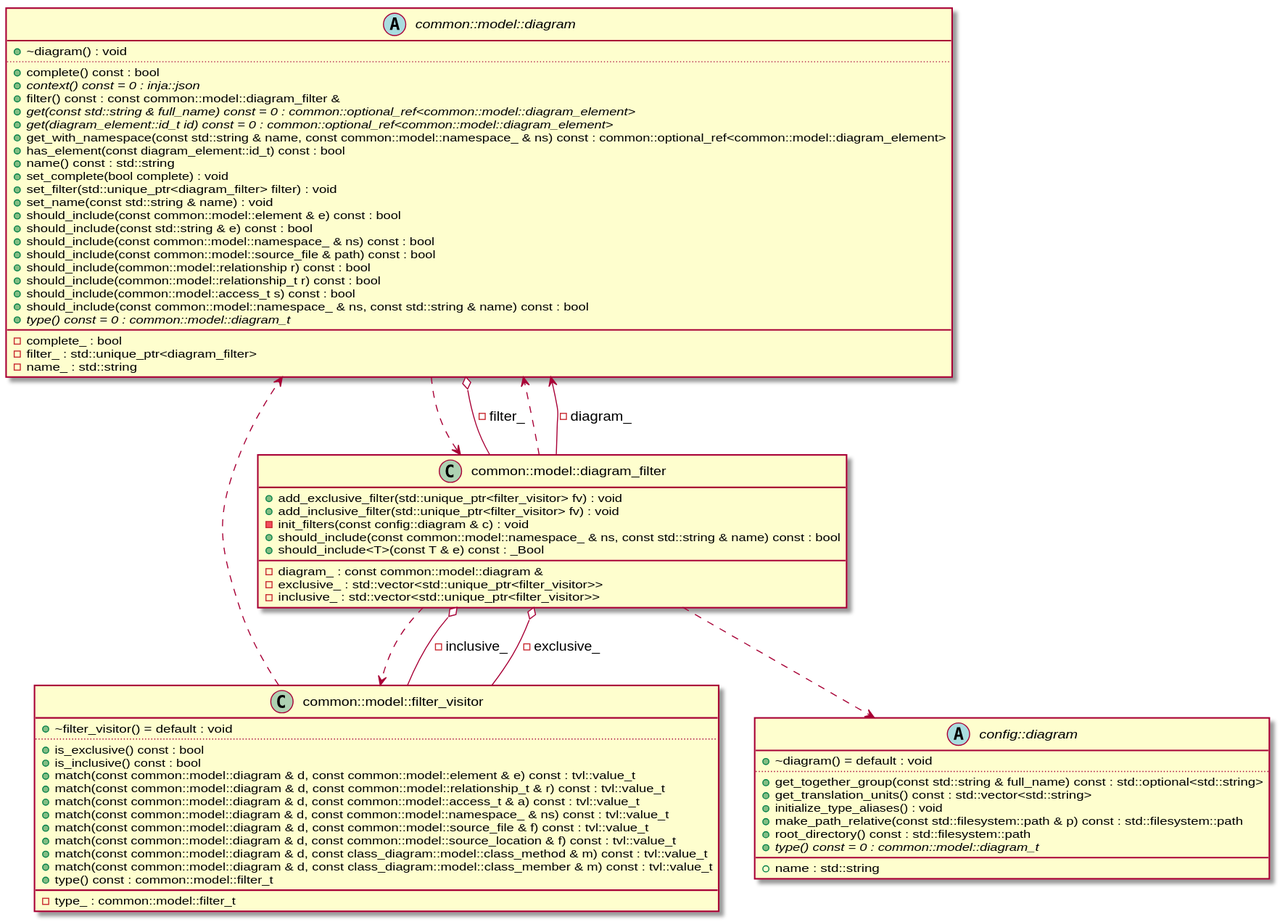
This is diagram_filter_context_class.svg from clang-uml/clang-uml.github.io, a PlantUML export, as it was before one commit. Source of this version:
```plantuml
@startuml
abstract "common::model::diagram" as C_0000197068985320835874
abstract C_0000197068985320835874 [[classclanguml_1_1common_1_1model_1_1diagram.html{Base class for all diagram models}]] {
+~diagram() : void
..
+complete() const : bool
{abstract} +context() const = 0 : inja::json
+filter() const : const common::model::diagram_filter &
{abstract} +get(const std::string & full_name) const = 0 : common::optional_ref<common::model::diagram_element>
{abstract} +get(diagram_element::id_t id) const = 0 : common::optional_ref<common::model::diagram_element>
+get_with_namespace(const std::string & name, const common::model::namespace_ & ns) const : common::optional_ref<common::model::diagram_element>
+has_element(const diagram_element::id_t) const : bool
+name() const : std::string
+set_complete(bool complete) : void
+set_filter(std::unique_ptr<diagram_filter> filter) : void
+set_name(const std::string & name) : void
+should_include(const common::model::element & e) const : bool
+should_include(const std::string & e) const : bool
+should_include(const common::model::namespace_ & ns) const : bool
+should_include(const common::model::source_file & path) const : bool
+should_include(common::model::relationship r) const : bool
+should_include(common::model::relationship_t r) const : bool
+should_include(common::model::access_t s) const : bool
+should_include(const common::model::namespace_ & ns, const std::string & name) const : bool
{abstract} +type() const = 0 : common::model::diagram_t
__
-complete_ : bool [[[{complete_}]]]
-filter_ : std::unique_ptr<diagram_filter> [[[{filter_}]]]
-name_ : std::string [[[{name_}]]]
}
class "common::model::filter_visitor" as C_0000469458052685692314
class C_0000469458052685692314 [[classclanguml_1_1common_1_1model_1_1filter__visitor.html{Base class for any diagram filter.}]] {
+~filter_visitor() = default : void
..
+is_exclusive() const : bool
+is_inclusive() const : bool
+match(const common::model::diagram & d, const common::model::element & e) const : tvl::value_t
+match(const common::model::diagram & d, const common::model::relationship_t & r) const : tvl::value_t
+match(const common::model::diagram & d, const common::model::access_t & a) const : tvl::value_t
+match(const common::model::diagram & d, const common::model::namespace_ & ns) const : tvl::value_t
+match(const common::model::diagram & d, const common::model::source_file & f) const : tvl::value_t
+match(const common::model::diagram & d, const common::model::source_location & f) const : tvl::value_t
+match(const common::model::diagram & d, const class_diagram::model::class_method & m) const : tvl::value_t
+match(const common::model::diagram & d, const class_diagram::model::class_member & m) const : tvl::value_t
+type() const : common::model::filter_t
__
-type_ : common::model::filter_t [[[{type_}]]]
}
class "common::model::diagram_filter" as C_0002054140694270036745
class C_0002054140694270036745 [[classclanguml_1_1common_1_1model_1_1diagram__filter.html{Composite of all diagrams filters.}]] {
+add_exclusive_filter(std::unique_ptr<filter_visitor> fv) : void
+add_inclusive_filter(std::unique_ptr<filter_visitor> fv) : void
-init_filters(const config::diagram & c) : void
+should_include(const common::model::namespace_ & ns, const std::string & name) const : bool
+should_include<T>(const T & e) const : _Bool
__
-diagram_ : const common::model::diagram & [[[{diagram_}]]]
-exclusive_ : std::vector<std::unique_ptr<filter_visitor>> [[[{exclusive_}]]]
-inclusive_ : std::vector<std::unique_ptr<filter_visitor>> [[[{inclusive_}]]]
}
abstract "config::diagram" as C_0000400244097365422548
abstract C_0000400244097365422548 [[structclanguml_1_1config_1_1diagram.html{Common diagram configuration type}]] {
+~diagram() = default : void
..
+get_together_group(const std::string & full_name) const : std::optional<std::string>
+get_translation_units() const : std::vector<std::string>
+initialize_type_aliases() : void
+make_path_relative(const std::filesystem::path & p) const : std::filesystem::path
+root_directory() const : std::filesystem::path
{abstract} +type() const = 0 : common::model::diagram_t
__
+name : std::string [[[{name}]]]
}
C_0000197068985320835874 ..> C_0002054140694270036745
C_0000197068985320835874 o-- C_0002054140694270036745 : -filter_
C_0000469458052685692314 ..> C_0000197068985320835874
C_0002054140694270036745 ..> C_0000197068985320835874
C_0002054140694270036745 ..> C_0000400244097365422548
C_0002054140694270036745 ..> C_0000469458052685692314
C_0002054140694270036745 o-- C_0000469458052685692314 : -inclusive_
C_0002054140694270036745 o-- C_0000469458052685692314 : -exclusive_
C_0002054140694270036745 --> C_0000197068985320835874 : -diagram_

@enduml
```
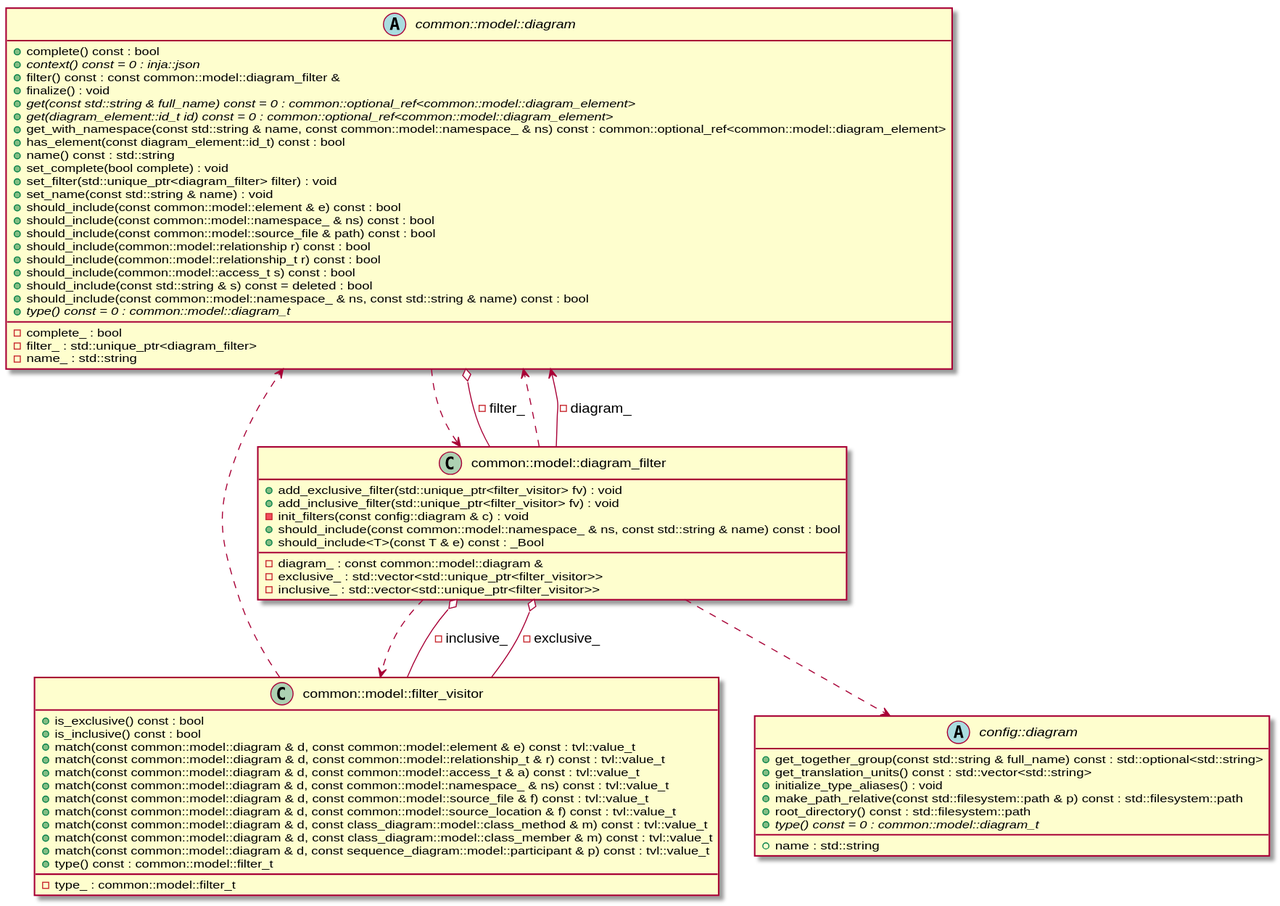
After the commit.

Diff of the diagram source:
```diff
@@ -1,28 +1,27 @@
 @startuml
 abstract "common::model::diagram" as C_0000197068985320835874
 abstract C_0000197068985320835874 [[classclanguml_1_1common_1_1model_1_1diagram.html{Base class for all diagram models}]] {
-+~diagram() : void
-..
-+complete() const : bool
-{abstract} +context() const = 0 : inja::json
-+filter() const : const common::model::diagram_filter &
-{abstract} +get(const std::string & full_name) const = 0 : common::optional_ref<common::model::diagram_element>
-{abstract} +get(diagram_element::id_t id) const = 0 : common::optional_ref<common::model::diagram_element>
-+get_with_namespace(const std::string & name, const common::model::namespace_ & ns) const : common::optional_ref<common::model::diagram_element>
-+has_element(const diagram_element::id_t) const : bool
-+name() const : std::string
-+set_complete(bool complete) : void
-+set_filter(std::unique_ptr<diagram_filter> filter) : void
-+set_name(const std::string & name) : void
-+should_include(const common::model::element & e) const : bool
-+should_include(const std::string & e) const : bool
-+should_include(const common::model::namespace_ & ns) const : bool
-+should_include(const common::model::source_file & path) const : bool
-+should_include(common::model::relationship r) const : bool
-+should_include(common::model::relationship_t r) const : bool
-+should_include(common::model::access_t s) const : bool
-+should_include(const common::model::namespace_ & ns, const std::string & name) const : bool
-{abstract} +type() const = 0 : common::model::diagram_t
++complete() const : bool [[[{Whether the diagram is complete.}]]]
+{abstract} +context() const = 0 : inja::json [[[{context}]]]
++filter() const : const common::model::diagram_filter & [[[{filter}]]]
++finalize() : void [[[{Once the diagram is complete, run any final processing.}]]]
+{abstract} +get(const std::string & full_name) const = 0 : common::optional_ref<common::model::diagram_element> [[[{get}]]]
+{abstract} +get(diagram_element::id_t id) const = 0 : common::optional_ref<common::model::diagram_element> [[[{get}]]]
++get_with_namespace(const std::string & name, const common::model::namespace_ & ns) const : common::optional_ref<common::model::diagram_element> [[[{get_with_namespace}]]]
++has_element(const diagram_element::id_t) const : bool [[[{has_element}]]]
++name() const : std::string [[[{name}]]]
++set_complete(bool complete) : void [[[{Set diagram in a complete state.}]]]
++set_filter(std::unique_ptr<diagram_filter> filter) : void [[[{set_filter}]]]
++set_name(const std::string & name) : void [[[{set_name}]]]
++should_include(const common::model::element & e) const : bool [[[{should_include}]]]
++should_include(const common::model::namespace_ & ns) const : bool [[[{should_include}]]]
++should_include(const common::model::source_file & path) const : bool [[[{should_include}]]]
++should_include(common::model::relationship r) const : bool [[[{should_include}]]]
++should_include(common::model::relationship_t r) const : bool [[[{should_include}]]]
++should_include(common::model::access_t s) const : bool [[[{should_include}]]]
++should_include(const std::string & s) const = deleted : bool [[[{should_include}]]]
++should_include(const common::model::namespace_ & ns, const std::string & name) const : bool [[[{should_include}]]]
+{abstract} +type() const = 0 : common::model::diagram_t [[[{Return type of the diagram.}]]]
 __
 -complete_ : bool [[[{complete_}]]]
 -filter_ : std::unique_ptr<diagram_filter> [[[{filter_}]]]
@@ -30,28 +29,27 @@
 }
 class "common::model::filter_visitor" as C_0000469458052685692314
 class C_0000469458052685692314 [[classclanguml_1_1common_1_1model_1_1filter__visitor.html{Base class for any diagram filter.}]] {
-+~filter_visitor() = default : void
-..
-+is_exclusive() const : bool
-+is_inclusive() const : bool
-+match(const common::model::diagram & d, const common::model::element & e) const : tvl::value_t
-+match(const common::model::diagram & d, const common::model::relationship_t & r) const : tvl::value_t
-+match(const common::model::diagram & d, const common::model::access_t & a) const : tvl::value_t
-+match(const common::model::diagram & d, const common::model::namespace_ & ns) const : tvl::value_t
-+match(const common::model::diagram & d, const common::model::source_file & f) const : tvl::value_t
-+match(const common::model::diagram & d, const common::model::source_location & f) const : tvl::value_t
-+match(const common::model::diagram & d, const class_diagram::model::class_method & m) const : tvl::value_t
-+match(const common::model::diagram & d, const class_diagram::model::class_member & m) const : tvl::value_t
-+type() const : common::model::filter_t
++is_exclusive() const : bool [[[{is_exclusive}]]]
++is_inclusive() const : bool [[[{is_inclusive}]]]
++match(const common::model::diagram & d, const common::model::element & e) const : tvl::value_t [[[{match}]]]
++match(const common::model::diagram & d, const common::model::relationship_t & r) const : tvl::value_t [[[{match}]]]
++match(const common::model::diagram & d, const common::model::access_t & a) const : tvl::value_t [[[{match}]]]
++match(const common::model::diagram & d, const common::model::namespace_ & ns) const : tvl::value_t [[[{match}]]]
++match(const common::model::diagram & d, const common::model::source_file & f) const : tvl::value_t [[[{match}]]]
++match(const common::model::diagram & d, const common::model::source_location & f) const : tvl::value_t [[[{match}]]]
++match(const common::model::diagram & d, const class_diagram::model::class_method & m) const : tvl::value_t [[[{match}]]]
++match(const common::model::diagram & d, const class_diagram::model::class_member & m) const : tvl::value_t [[[{match}]]]
++match(const common::model::diagram & d, const sequence_diagram::model::participant & p) const : tvl::value_t [[[{match}]]]
++type() const : common::model::filter_t [[[{type}]]]
 __
 -type_ : common::model::filter_t [[[{type_}]]]
 }
 class "common::model::diagram_filter" as C_0002054140694270036745
 class C_0002054140694270036745 [[classclanguml_1_1common_1_1model_1_1diagram__filter.html{Composite of all diagrams filters.}]] {
-+add_exclusive_filter(std::unique_ptr<filter_visitor> fv) : void
-+add_inclusive_filter(std::unique_ptr<filter_visitor> fv) : void
--init_filters(const config::diagram & c) : void
-+should_include(const common::model::namespace_ & ns, const std::string & name) const : bool
++add_exclusive_filter(std::unique_ptr<filter_visitor> fv) : void [[[{add_exclusive_filter}]]]
++add_inclusive_filter(std::unique_ptr<filter_visitor> fv) : void [[[{add_inclusive_filter}]]]
+-init_filters(const config::diagram & c) : void [[[{Initialize filters.}]]]
++should_include(const common::model::namespace_ & ns, const std::string & name) const : bool [[[{should_include}]]]
 +should_include<T>(const T & e) const : _Bool
 __
 -diagram_ : const common::model::diagram & [[[{diagram_}]]]
@@ -60,14 +58,12 @@
 }
 abstract "config::diagram" as C_0000400244097365422548
 abstract C_0000400244097365422548 [[structclanguml_1_1config_1_1diagram.html{Common diagram configuration type}]] {
-+~diagram() = default : void
-..
-+get_together_group(const std::string & full_name) const : std::optional<std::string>
-+get_translation_units() const : std::vector<std::string>
-+initialize_type_aliases() : void
-+make_path_relative(const std::filesystem::path & p) const : std::filesystem::path
-+root_directory() const : std::filesystem::path
-{abstract} +type() const = 0 : common::model::diagram_t
++get_together_group(const std::string & full_name) const : std::optional<std::string> [[[{get_together_group}]]]
++get_translation_units() const : std::vector<std::string> [[[{Returns list of translation unit paths}]]]
++initialize_type_aliases() : void [[[{Initialize predefined set of C++ type aliases}]]]
++make_path_relative(const std::filesystem::path & p) const : std::filesystem::path [[[{Make path relative to the `relative_to` config option}]]]
++root_directory() const : std::filesystem::path [[[{Returns absolute path of the `relative_to` option}]]]
+{abstract} +type() const = 0 : common::model::diagram_t [[[{type}]]]
 __
 +name : std::string [[[{name}]]]
 }
```
